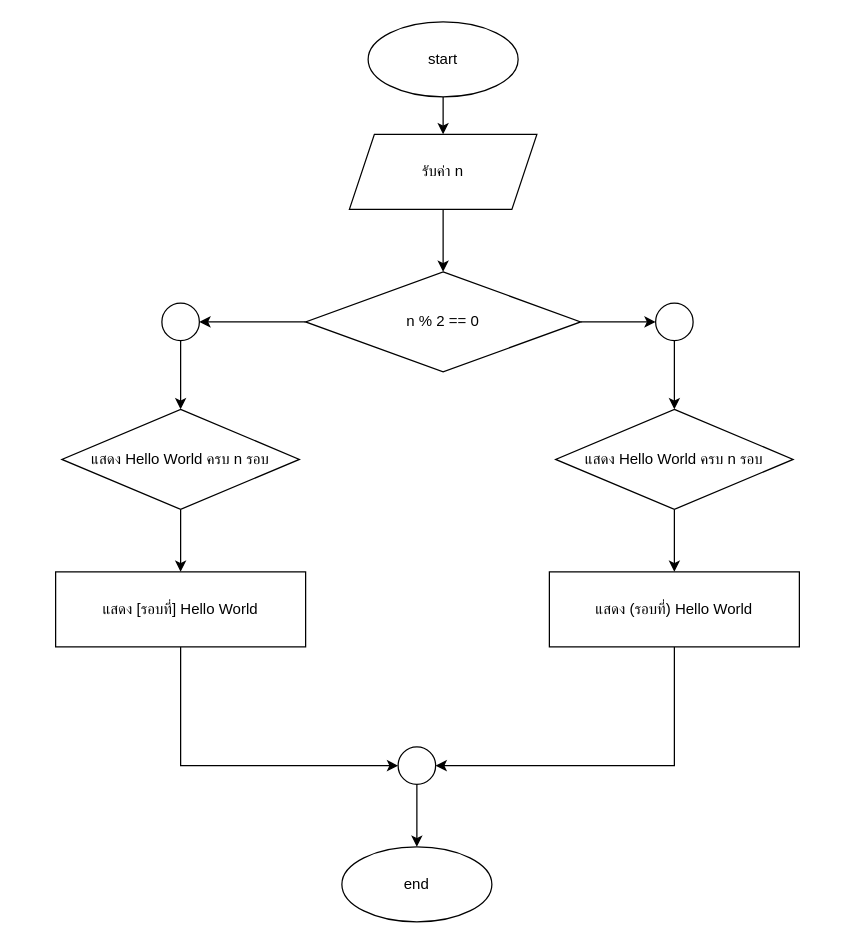
Before: HW/HW06/HW06-1/HW06-1.drawio in bbnyk/ENGCE117, a draw.io diagram. Source tidied: cells renumbered, new cells numbered last; positions are measured from the earlier drawing's top-left corner, leaving out a move shared by most shapes. Both pictures are drawn from the tidied source at 125%, with x=0, y=0 at pixel (55, 21).
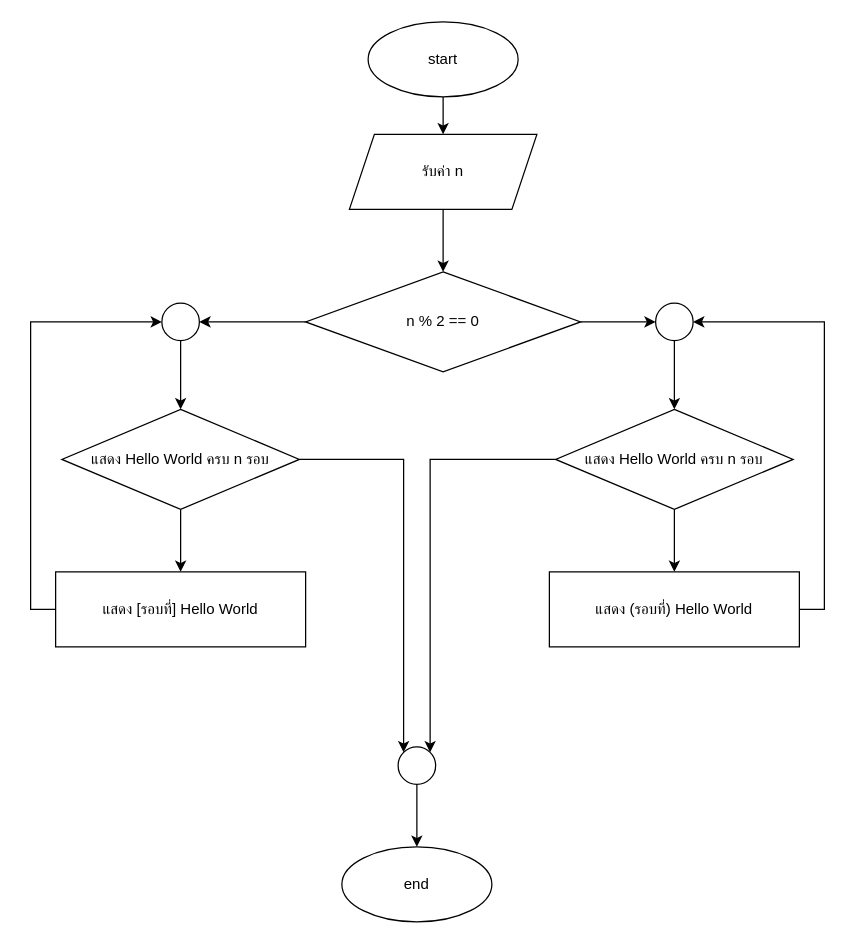
The same page after the edit.

Unchanged cells that the change refers to:
```xml
<mxCell id="10" style="ellipse;whiteSpace=wrap;html=1;" parent="1" vertex="1">
  <mxGeometry x="480" y="225" width="30" height="30" as="geometry" />
</mxCell>
<mxCell id="12" value="แสดง Hello World ครบ n รอบ" style="rhombus;whiteSpace=wrap;html=1;" parent="1" vertex="1">
  <mxGeometry x="400" y="310" width="190" height="80" as="geometry" />
</mxCell>
<mxCell id="14" value="แสดง&amp;nbsp;(รอบที่) Hello World" style="rounded=0;whiteSpace=wrap;html=1;" parent="1" vertex="1">
  <mxGeometry x="395" y="440" width="200" height="60" as="geometry" />
</mxCell>
<mxCell id="16" value="แสดง Hello World ครบ n รอบ" style="rhombus;whiteSpace=wrap;html=1;" parent="1" vertex="1">
  <mxGeometry x="5" y="310" width="190" height="80" as="geometry" />
</mxCell>
<mxCell id="18" value="แสดง [รอบที่] Hello World" style="rounded=0;whiteSpace=wrap;html=1;" parent="1" vertex="1">
  <mxGeometry y="440" width="200" height="60" as="geometry" />
</mxCell>
<mxCell id="20" style="ellipse;whiteSpace=wrap;html=1;" parent="1" vertex="1">
  <mxGeometry x="85" y="225" width="30" height="30" as="geometry" />
</mxCell>
<mxCell id="22" style="ellipse;whiteSpace=wrap;html=1;" parent="1" vertex="1">
  <mxGeometry x="274" y="580" width="30" height="30" as="geometry" />
</mxCell>
```

The edit, as a diff of the source:
```diff
@@
+    <mxCell id="24" style="edgeStyle=orthogonalEdgeStyle;rounded=0;jettySize=auto;html=1;exitX=0;exitY=0.5;exitDx=0;exitDy=0;entryX=1;entryY=0;entryDx=0;entryDy=0;" parent="1" edge="1" source="12" target="22">
+      <mxGeometry relative="1" as="geometry" />
+    </mxCell>
@@
-    <mxCell id="13" style="edgeStyle=orthogonalEdgeStyle;rounded=0;jettySize=auto;html=1;exitX=0.5;exitY=1;exitDx=0;exitDy=0;entryX=1;entryY=0.5;entryDx=0;entryDy=0;" parent="1" edge="1" source="14" target="22">
-      <mxGeometry relative="1" as="geometry" />
-    </mxCell>
+    <mxCell id="25" style="edgeStyle=orthogonalEdgeStyle;rounded=0;jettySize=auto;html=1;exitX=1;exitY=0.5;exitDx=0;exitDy=0;entryX=1;entryY=0.5;entryDx=0;entryDy=0;" parent="1" edge="1" source="14" target="10">
+      <mxGeometry relative="1" as="geometry" />
+    </mxCell>
@@
+    <mxCell id="26" style="edgeStyle=orthogonalEdgeStyle;rounded=0;jettySize=auto;html=1;exitX=1;exitY=0.5;exitDx=0;exitDy=0;entryX=0;entryY=0;entryDx=0;entryDy=0;" parent="1" edge="1" source="16" target="22">
+      <mxGeometry relative="1" as="geometry" />
+    </mxCell>
@@
-    <mxCell id="17" style="edgeStyle=orthogonalEdgeStyle;rounded=0;jettySize=auto;html=1;exitX=0.5;exitY=1;exitDx=0;exitDy=0;entryX=0;entryY=0.5;entryDx=0;entryDy=0;" parent="1" edge="1" source="18" target="22">
-      <mxGeometry relative="1" as="geometry" />
-    </mxCell>
+    <mxCell id="27" style="edgeStyle=orthogonalEdgeStyle;rounded=0;jettySize=auto;html=1;exitX=0;exitY=0.5;exitDx=0;exitDy=0;entryX=0;entryY=0.5;entryDx=0;entryDy=0;" parent="1" edge="1" source="18" target="20">
+      <mxGeometry relative="1" as="geometry" />
+    </mxCell>
```
